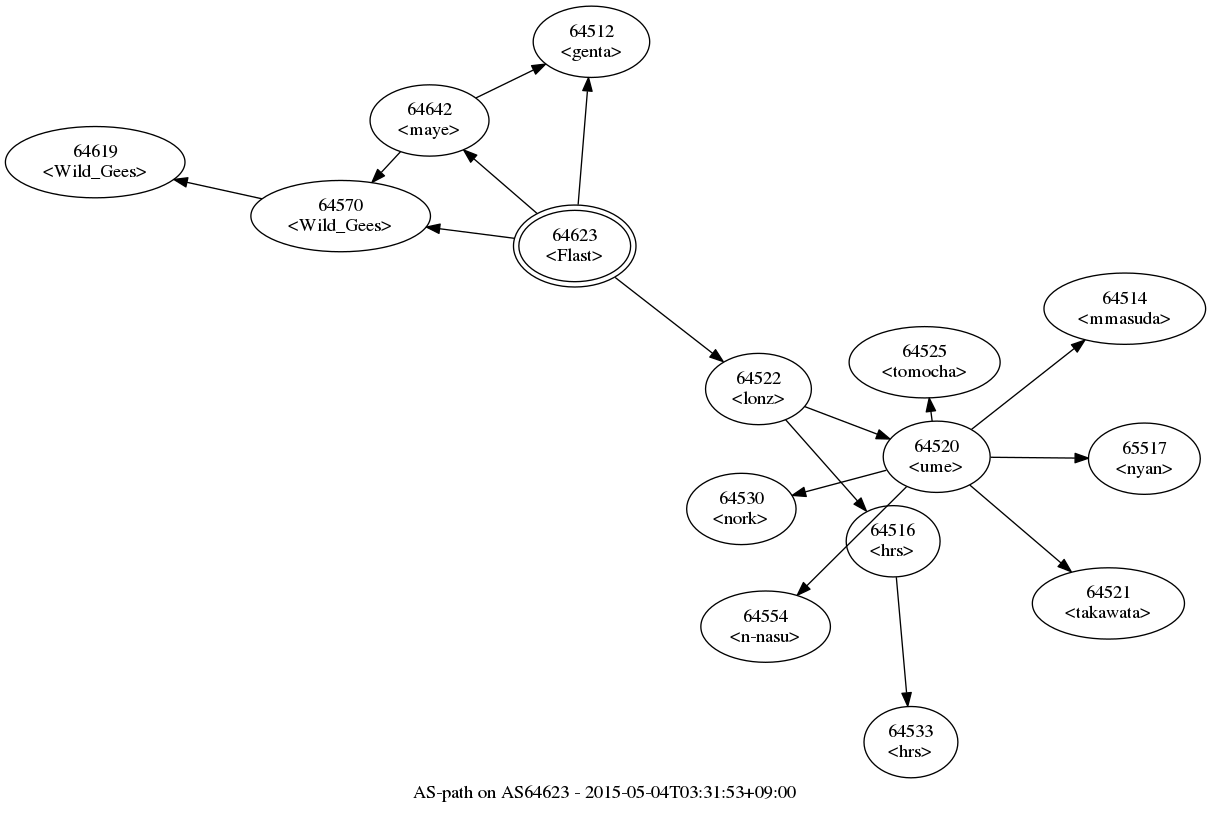
This is aspath/as64623.png from Flast/flast.github.io, a Graphviz export, as it was before one commit. Its source is kept beside it as aspath/as64623.gv.
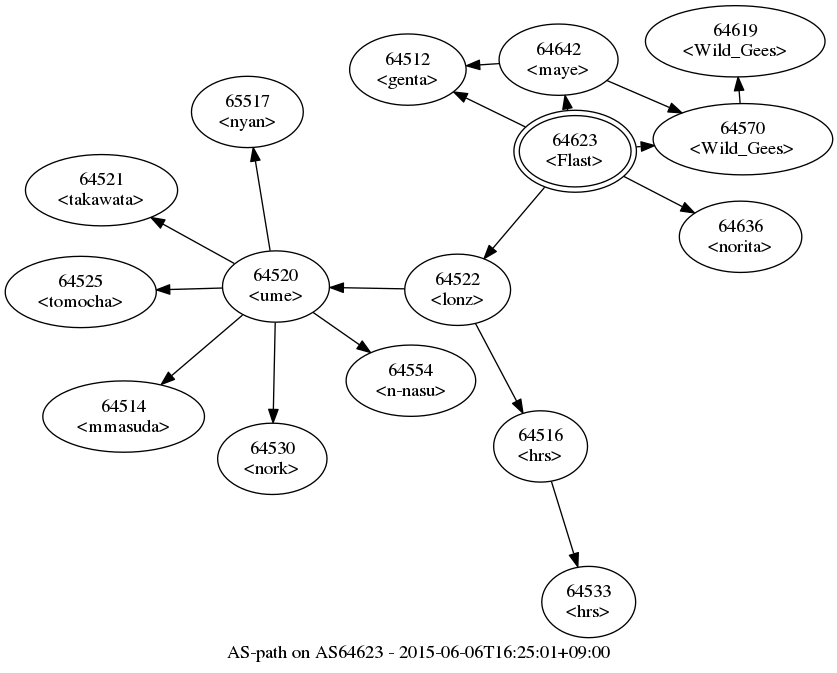
After the commit.

Commit message:
Update AS-path graph

Change to the diagram source:
```diff
@@ -1,88 +1,93 @@
 digraph aspath {
-	graph [bb="0,-23,900,579",
+	graph [bb="0,-23,620,474",
 		center="",
-		label="AS-path on AS64623 - 2015-05-04T03:31:53+09:00",
+		label="AS-path on AS64623 - 2015-06-06T16:25:01+09:00",
 		layout=fdp,
 		lheight=0.21,
-		lp="450,-11.5",
+		lp="310,-11.5",
 		lwidth=4.00
 	];
 	node [label="\N"];
 	64623	 [height=0.8575,
 		label="64623\n<Flast>",
 		peripheries=2,
-		pos="427.06,398.49",
+		pos="427.37,364.56",
 		width=1.27];
 	64522	 [height=0.74639,
 		label="64522\n<lonz>",
-		pos="564.85,291.23",
+		pos="339.25,260.65",
 		width=1.0999];
-	64623 -> 64522	 [pos="e,538.4,311.82 457.3,374.95 478.89,358.14 507.97,335.51 530.45,318.01"];
+	64623 -> 64522	 [pos="e,359.06,284.02 404.45,337.53 392.57,323.53 378.01,306.36 365.66,291.8"];
 	64642	 [height=0.74639,
 		label="64642\n<maye>",
-		pos="318.15,492.64",
+		pos="414.92,433.24",
 		width=1.2374];
-	64623 -> 64642	 [pos="e,343.73,470.53 398.73,422.98 384.23,435.51 366.51,450.83 351.38,463.92"];
+	64623 -> 64642	 [pos="e,419.79,406.42 421.8,395.28 421.74,395.63 421.68,395.98 421.61,396.33"];
 	64570	 [height=0.74639,
 		label="64570\n<Wild_Gees>",
-		pos="251.51,420.92",
+		pos="553.2,373.59",
 		width=1.866];
-	64623 -> 64570	 [pos="e,315.75,412.71 381.85,404.26 364.8,406.44 344.92,408.98 325.9,411.41"];
+	64623 -> 64570	 [pos="e,486.93,368.83 473.16,367.84 474.28,367.93 475.41,368.01 476.55,368.09"];
 	64512	 [height=0.74639,
 		label="64512\n<genta>",
-		pos="439.58,551.66",
+		pos="301.9,425.8",
 		width=1.2178];
-	64623 -> 64512	 [pos="e,437.39,524.8 429.59,429.48 431.6,454.07 434.42,488.51 436.55,514.56"];
+	64623 -> 64512	 [pos="e,336.28,409.02 390.07,382.77 376.08,389.59 360.07,397.41 345.56,404.49"];
+	64636	 [height=0.74639,
+		label="64636\n<norita>",
+		pos="551.43,300.41",
+		width=1.2767];
+	64623 -> 64636	 [pos="e,516.84,318.29 463.92,345.66 477.64,338.56 493.38,330.43 507.68,323.03"];
 	64520	 [height=0.74639,
 		label="64520\n<ume>",
-		pos="698.52,240.42",
+		pos="202.98,263.11",
 		width=1.1196];
-	64522 -> 64520	 [pos="e,663.46,253.75 599.63,278.01 616.2,271.71 636.23,264.1 653.92,257.38"];
+	64522 -> 64520	 [pos="e,243.52,262.38 299.47,261.37 285.17,261.63 268.85,261.92 253.74,262.19"];
 	64516	 [height=0.74639,
 		label="64516\n<hrs>",
-		pos="665.86,177.03",
+		pos="401.44,143.17",
 		width=0.98209];
-	64522 -> 64516	 [pos="e,645.79,199.72 585.29,268.12 600.8,250.59 622.24,226.35 639.11,207.28"];
+	64522 -> 64516	 [pos="e,388.19,168.21 352.74,235.16 361.73,218.19 373.64,195.69 383.43,177.19"];
 	64514	 [height=0.74639,
 		label="64514\n<mmasuda>",
-		pos="839.6,351.48",
+		pos="88.738,165.57",
 		width=1.6892];
-	64520 -> 64514	 [pos="e,809.63,327.88 724.73,261.05 746.35,278.07 777.32,302.44 801.65,321.6"];
+	64520 -> 64514	 [pos="e,116.96,189.67 177.91,241.7 162.31,228.38 141.98,211.02 124.67,196.25"];
 	64521	 [height=0.74639,
 		label="64521\n<takawata>",
-		pos="827.31,130.42",
+		pos="72.151,335.35",
 		width=1.591];
-	64520 -> 64521	 [pos="e,799.43,154.24 723.36,219.21 742.76,202.64 769.98,179.39 791.7,160.84"];
+	64520 -> 64521	 [pos="e,109.28,314.85 171.65,280.41 155.68,289.23 135.96,300.12 118.29,309.87"];
 	64525	 [height=0.74639,
 		label="64525\n<tomocha>",
-		pos="689.47,311.29",
+		pos="56.57,259.01",
 		width=1.5713];
-	64520 -> 64525	 [pos="e,692.9,284.46 695.1,267.21 694.8,269.59 694.49,272.03 694.18,274.48"];
+	64520 -> 64525	 [pos="e,113.27,260.6 162.59,261.98 150.45,261.64 136.79,261.26 123.41,260.88"];
 	64530	 [height=0.74639,
 		label="64530\n<nork>",
-		pos="552.03,201.28",
+		pos="200.24,133.87",
 		width=1.1392];
-	64520 -> 64530	 [pos="e,590.14,211.46 660.8,230.34 642.23,225.38 619.65,219.35 599.88,214.07"];
+	64520 -> 64530	 [pos="e,200.82,160.93 202.41,236.02 202.01,217.15 201.47,191.75 201.03,170.99"];
 	64554	 [height=0.74639,
 		label="64554\n<n-nasu>",
-		pos="570.22,113.01",
+		pos="304.18,192.47",
 		width=1.3553];
-	64520 -> 64554	 [pos="e,593.94,136.56 675.88,217.93 655.11,197.3 624.16,166.57 601.12,143.69"];
+	64520 -> 64554	 [pos="e,273.87,213.63 230.91,243.62 241.64,236.13 254.09,227.44 265.65,219.37"];
 	65517	 [height=0.74639,
 		label="65517\n<nyan>",
-		pos="854.27,238.97",
+		pos="181.53,394.04",
 		width=1.1589];
-	64520 -> 65517	 [pos="e,812.33,239.36 739.04,240.04 758.32,239.86 781.59,239.65 802.17,239.46"];
+	64520 -> 65517	 [pos="e,185.92,367.26 198.59,289.92 195.41,309.34 191.07,335.82 187.56,357.22"];
 	64533	 [height=0.74639,
 		label="64533\n<hrs>",
-		pos="679.21,26.386",
+		pos="437.55,26.481",
 		width=0.98209];
-	64516 -> 64533	 [pos="e,676.82,53.339 668.25,150.1 670.38,125.97 673.54,90.343 675.92,63.512"];
-	64642 -> 64570	 [pos="e,274.98,446.19 296.33,469.16 291.74,464.22 286.81,458.92 281.97,453.71"];
-	64642 -> 64512	 [pos="e,405.2,534.95 352.95,509.55 366.4,516.09 381.94,523.65 396.12,530.53"];
+	64516 -> 64533	 [pos="e,429.35,52.985 409.55,116.98 414.48,101.03 420.86,80.413 426.28,62.888"];
+	64642 -> 64570	 [pos="e,507.46,393.32 451.26,417.57 465.5,411.42 482.17,404.23 497.85,397.47"];
+	64642 -> 64512	 [pos="e,345.75,428.68 370.58,430.32 365.73,430 360.76,429.67 355.81,429.35"];
 	64619	 [height=0.74639,
 		label="64619\n<Wild_Gees>",
-		pos="67.397,461.37",
+		pos="547.43,447.02",
 		width=1.866];
-	64570 -> 64619	 [pos="e,126.39,448.41 192.49,433.89 174.57,437.82 154.73,442.18 136.22,446.25"];
+	64570 -> 64619	 [pos="e,549.55,420.09 551.09,400.51 550.84,403.61 550.59,406.8 550.34,409.99"];
 }
```
